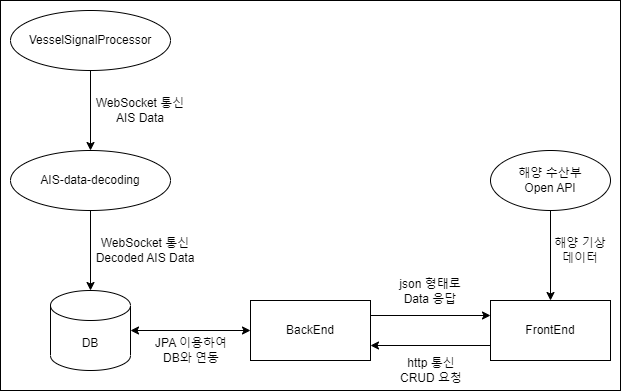
Earlier version of the draw.io export image/architecture.png (cyccc95/project_ship). Source tidied: cells renumbered, new cells last; positions are measured from the earlier drawing's top-left corner, leaving out a move shared by most shapes. Source of this version:
```xml
<mxGraphModel>
  <root>
    <mxCell id="0" />
    <mxCell id="1" parent="0" />
    <mxCell id="2" style="rounded=0;whiteSpace=wrap;html=1;" parent="1" vertex="1">
      <mxGeometry width="620" height="390" as="geometry" />
    </mxCell>
    <mxCell id="3" value="VesselSignalProcessor" style="ellipse;whiteSpace=wrap;html=1;" parent="1" vertex="1">
      <mxGeometry x="10" y="10" width="160" height="60" as="geometry" />
    </mxCell>
    <mxCell id="4" value="AIS-data-decoding" style="ellipse;whiteSpace=wrap;html=1;" parent="1" vertex="1">
      <mxGeometry x="10" y="150" width="160" height="60" as="geometry" />
    </mxCell>
    <mxCell id="5" style="endArrow=classic;html=1;rounded=0;exitX=0.5;exitY=1;exitDx=0;exitDy=0;entryX=0.5;entryY=0;entryDx=0;entryDy=0;" parent="1" edge="1" source="3" target="4">
      <mxGeometry relative="1" as="geometry" />
    </mxCell>
    <mxCell id="6" value="WebSocket 통신&lt;br&gt;AIS Data" style="text;html=1;strokeColor=none;fillColor=none;align=center;verticalAlign=middle;whiteSpace=wrap;rounded=0;" parent="1" vertex="1">
      <mxGeometry x="90" y="95" width="100" height="30" as="geometry" />
    </mxCell>
    <mxCell id="7" value="DB" style="shape=cylinder3;whiteSpace=wrap;html=1;boundedLbl=1;backgroundOutline=1;size=15;" parent="1" vertex="1">
      <mxGeometry x="50" y="290" width="80" height="80" as="geometry" />
    </mxCell>
    <mxCell id="8" style="endArrow=classic;html=1;rounded=0;exitX=0.5;exitY=1;exitDx=0;exitDy=0;entryX=0.5;entryY=0;entryDx=0;entryDy=0;entryPerimeter=0;" parent="1" edge="1" source="4" target="7">
      <mxGeometry relative="1" as="geometry" />
    </mxCell>
    <mxCell id="9" value="FrontEnd" style="rounded=0;whiteSpace=wrap;html=1;" parent="1" vertex="1">
      <mxGeometry x="490" y="300" width="120" height="60" as="geometry" />
    </mxCell>
    <mxCell id="10" value="BackEnd" style="rounded=0;whiteSpace=wrap;html=1;" parent="1" vertex="1">
      <mxGeometry x="250" y="300" width="120" height="60" as="geometry" />
    </mxCell>
    <mxCell id="11" style="endArrow=classic;html=1;rounded=0;exitX=1;exitY=0.25;exitDx=0;exitDy=0;entryX=0;entryY=0.25;entryDx=0;entryDy=0;" parent="1" edge="1" source="10" target="9">
      <mxGeometry relative="1" as="geometry" />
    </mxCell>
    <mxCell id="12" style="endArrow=classic;html=1;rounded=0;exitX=0;exitY=0.75;exitDx=0;exitDy=0;entryX=1;entryY=0.75;entryDx=0;entryDy=0;" parent="1" edge="1" source="9" target="10">
      <mxGeometry relative="1" as="geometry" />
    </mxCell>
    <mxCell id="13" value="해양 수산부&lt;br&gt;Open API" style="ellipse;whiteSpace=wrap;html=1;" parent="1" vertex="1">
      <mxGeometry x="490" y="150" width="120" height="60" as="geometry" />
    </mxCell>
    <mxCell id="14" style="endArrow=classic;html=1;rounded=0;exitX=0.5;exitY=1;exitDx=0;exitDy=0;entryX=0.5;entryY=0;entryDx=0;entryDy=0;" parent="1" edge="1" source="13" target="9">
      <mxGeometry relative="1" as="geometry" />
    </mxCell>
    <mxCell id="15" value="해양 기상 데이터" style="text;html=1;strokeColor=none;fillColor=none;align=center;verticalAlign=middle;whiteSpace=wrap;rounded=0;" parent="1" vertex="1">
      <mxGeometry x="550" y="235" width="60" height="30" as="geometry" />
    </mxCell>
    <mxCell id="16" value="WebSocket 통신&lt;br&gt;Decoded AIS Data" style="text;html=1;strokeColor=none;fillColor=none;align=center;verticalAlign=middle;whiteSpace=wrap;rounded=0;" parent="1" vertex="1">
      <mxGeometry x="90" y="235" width="110" height="30" as="geometry" />
    </mxCell>
    <mxCell id="17" value="http 통신&lt;br&gt;CRUD 요청" style="text;html=1;strokeColor=none;fillColor=none;align=center;verticalAlign=middle;whiteSpace=wrap;rounded=0;" parent="1" vertex="1">
      <mxGeometry x="396" y="355" width="70" height="30" as="geometry" />
    </mxCell>
    <mxCell id="18" value="JPA 이용하여 DB와 연동" style="text;html=1;strokeColor=none;fillColor=none;align=center;verticalAlign=middle;whiteSpace=wrap;rounded=0;" parent="1" vertex="1">
      <mxGeometry x="151" y="335" width="80" height="30" as="geometry" />
    </mxCell>
    <mxCell id="19" style="endArrow=classic;startArrow=classic;html=1;rounded=0;exitX=1;exitY=0.5;exitDx=0;exitDy=0;exitPerimeter=0;entryX=0;entryY=0.5;entryDx=0;entryDy=0;" parent="1" edge="1" source="7" target="10">
      <mxGeometry relative="1" as="geometry" />
    </mxCell>
    <mxCell id="20" value="json 형태로 Data 응답" style="text;html=1;strokeColor=none;fillColor=none;align=center;verticalAlign=middle;whiteSpace=wrap;rounded=0;" parent="1" vertex="1">
      <mxGeometry x="397" y="276" width="66" height="30" as="geometry" />
    </mxCell>
  </root>
</mxGraphModel>
```
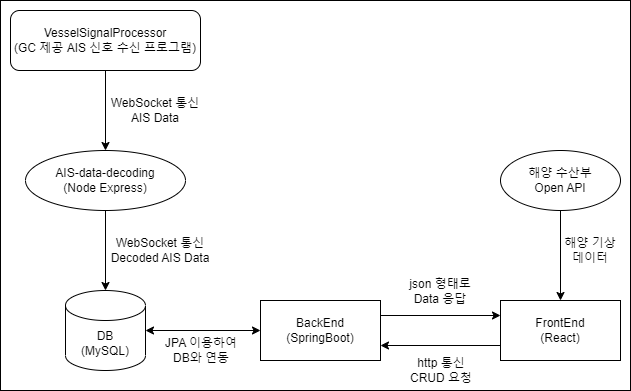
Above is the later version.

Diff of the diagram source:
```diff
@@ -3,30 +3,27 @@
     <mxCell id="0" />
     <mxCell id="1" parent="0" />
     <mxCell id="2" style="rounded=0;whiteSpace=wrap;html=1;" parent="1" vertex="1">
-      <mxGeometry width="620" height="390" as="geometry" />
+      <mxGeometry x="-10" width="630" height="390" as="geometry" />
     </mxCell>
-    <mxCell id="3" value="VesselSignalProcessor" style="ellipse;whiteSpace=wrap;html=1;" parent="1" vertex="1">
-      <mxGeometry x="10" y="10" width="160" height="60" as="geometry" />
-    </mxCell>
-    <mxCell id="4" value="AIS-data-decoding" style="ellipse;whiteSpace=wrap;html=1;" parent="1" vertex="1">
-      <mxGeometry x="10" y="150" width="160" height="60" as="geometry" />
+    <mxCell id="4" value="AIS-data-decoding&lt;br&gt;(Node Express)" style="ellipse;whiteSpace=wrap;html=1;" parent="1" vertex="1">
+      <mxGeometry x="15" y="150" width="160" height="60" as="geometry" />
     </mxCell>
-    <mxCell id="5" style="endArrow=classic;html=1;rounded=0;exitX=0.5;exitY=1;exitDx=0;exitDy=0;entryX=0.5;entryY=0;entryDx=0;entryDy=0;" parent="1" edge="1" source="3" target="4">
+    <mxCell id="5" style="endArrow=classic;html=1;rounded=0;entryX=0.5;entryY=0;entryDx=0;entryDy=0;exitX=0.5;exitY=1;exitDx=0;exitDy=0;" parent="1" edge="1" source="21" target="4">
       <mxGeometry relative="1" as="geometry" />
     </mxCell>
     <mxCell id="6" value="WebSocket 통신&lt;br&gt;AIS Data" style="text;html=1;strokeColor=none;fillColor=none;align=center;verticalAlign=middle;whiteSpace=wrap;rounded=0;" parent="1" vertex="1">
-      <mxGeometry x="90" y="95" width="100" height="30" as="geometry" />
+      <mxGeometry x="95" y="95" width="100" height="30" as="geometry" />
     </mxCell>
-    <mxCell id="7" value="DB" style="shape=cylinder3;whiteSpace=wrap;html=1;boundedLbl=1;backgroundOutline=1;size=15;" parent="1" vertex="1">
-      <mxGeometry x="50" y="290" width="80" height="80" as="geometry" />
+    <mxCell id="7" value="DB&lt;br&gt;(MySQL)" style="shape=cylinder3;whiteSpace=wrap;html=1;boundedLbl=1;backgroundOutline=1;size=15;" parent="1" vertex="1">
+      <mxGeometry x="55" y="290" width="80" height="80" as="geometry" />
     </mxCell>
     <mxCell id="8" style="endArrow=classic;html=1;rounded=0;exitX=0.5;exitY=1;exitDx=0;exitDy=0;entryX=0.5;entryY=0;entryDx=0;entryDy=0;entryPerimeter=0;" parent="1" edge="1" source="4" target="7">
       <mxGeometry relative="1" as="geometry" />
     </mxCell>
-    <mxCell id="9" value="FrontEnd" style="rounded=0;whiteSpace=wrap;html=1;" parent="1" vertex="1">
+    <mxCell id="9" value="FrontEnd&lt;br&gt;(React)" style="rounded=0;whiteSpace=wrap;html=1;" parent="1" vertex="1">
       <mxGeometry x="490" y="300" width="120" height="60" as="geometry" />
     </mxCell>
-    <mxCell id="10" value="BackEnd" style="rounded=0;whiteSpace=wrap;html=1;" parent="1" vertex="1">
+    <mxCell id="10" value="BackEnd&lt;br&gt;(SpringBoot)" style="rounded=0;whiteSpace=wrap;html=1;" parent="1" vertex="1">
       <mxGeometry x="250" y="300" width="120" height="60" as="geometry" />
     </mxCell>
     <mxCell id="11" style="endArrow=classic;html=1;rounded=0;exitX=1;exitY=0.25;exitDx=0;exitDy=0;entryX=0;entryY=0.25;entryDx=0;entryDy=0;" parent="1" edge="1" source="10" target="9">
@@ -45,7 +42,7 @@
       <mxGeometry x="550" y="235" width="60" height="30" as="geometry" />
     </mxCell>
     <mxCell id="16" value="WebSocket 통신&lt;br&gt;Decoded AIS Data" style="text;html=1;strokeColor=none;fillColor=none;align=center;verticalAlign=middle;whiteSpace=wrap;rounded=0;" parent="1" vertex="1">
-      <mxGeometry x="90" y="235" width="110" height="30" as="geometry" />
+      <mxGeometry x="95" y="235" width="110" height="30" as="geometry" />
     </mxCell>
     <mxCell id="17" value="http 통신&lt;br&gt;CRUD 요청" style="text;html=1;strokeColor=none;fillColor=none;align=center;verticalAlign=middle;whiteSpace=wrap;rounded=0;" parent="1" vertex="1">
       <mxGeometry x="396" y="355" width="70" height="30" as="geometry" />
@@ -59,5 +56,8 @@
     <mxCell id="20" value="json 형태로 Data 응답" style="text;html=1;strokeColor=none;fillColor=none;align=center;verticalAlign=middle;whiteSpace=wrap;rounded=0;" parent="1" vertex="1">
       <mxGeometry x="397" y="276" width="66" height="30" as="geometry" />
     </mxCell>
+    <mxCell id="21" value="VesselSignalProcessor&lt;br style=&quot;border-color: var(--border-color);&quot;&gt;(GC 제공 AIS 신호 수신 프로그램)" style="rounded=1;whiteSpace=wrap;html=1;" parent="1" vertex="1">
+      <mxGeometry y="10" width="190" height="60" as="geometry" />
+    </mxCell>
   </root>
 </mxGraphModel>
```
